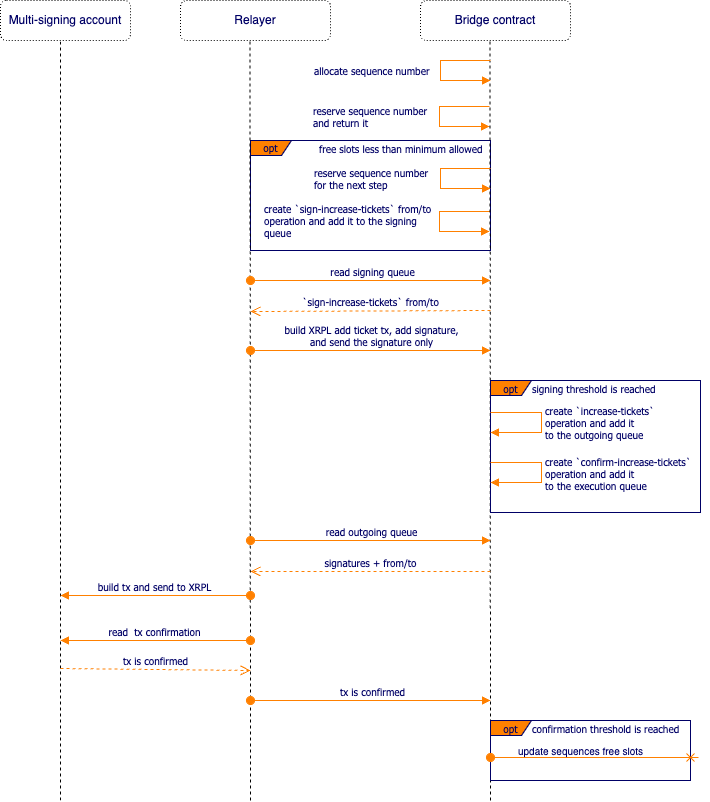
Before: spec/img/sequence-number-allocation.png, a diagram exported from draw.io (CoreumFoundation/coreumbridge-xrpl). Source tidied: cells renumbered, new cells last; positions are measured from the earlier drawing's top-left corner, leaving out a move shared by most shapes. Source of this version:
```xml
<mxGraphModel>
  <root>
    <mxCell id="0" />
    <mxCell id="1" parent="0" />
    <mxCell id="2" value="opt" style="shape=umlFrame;whiteSpace=wrap;html=1;strokeColor=#000066;fillColor=#FF8000;fontFamily=Tahoma;fontSize=10;fontColor=#000066;align=center;width=41;height=15;" parent="1" vertex="1">
      <mxGeometry x="250" y="140" width="240" height="110" as="geometry" />
    </mxCell>
    <mxCell id="3" value="Relayer" style="rounded=1;whiteSpace=wrap;html=1;fillColor=none;dashed=1;fontColor=#000066;dashPattern=1 2;" parent="1" vertex="1">
      <mxGeometry x="180" width="150" height="40" as="geometry" />
    </mxCell>
    <mxCell id="4" value="Bridge contract" style="rounded=1;whiteSpace=wrap;html=1;fillColor=none;dashed=1;fontColor=#000066;dashPattern=1 2;" parent="1" vertex="1">
      <mxGeometry x="420" width="150" height="40" as="geometry" />
    </mxCell>
    <mxCell id="5" value="&lt;div style=&quot;text-align: center&quot;&gt;&lt;br&gt;&lt;/div&gt;" style="text;html=1;align=center;verticalAlign=top;spacingTop=-4;fontSize=14;fontFamily=Tahoma;fontColor=#000066;" parent="1" vertex="1">
      <mxGeometry x="85" y="10" width="20" height="20" as="geometry" />
    </mxCell>
    <mxCell id="6" style="endArrow=none;dashed=1;html=1;rounded=0;" parent="1" edge="1">
      <mxGeometry relative="1" as="geometry">
        <mxPoint x="60" y="800" as="sourcePoint" />
        <mxPoint x="60" y="39" as="targetPoint" />
      </mxGeometry>
    </mxCell>
    <mxCell id="7" value="&lt;div style=&quot;text-align: center&quot;&gt;&lt;/div&gt;" style="text;html=1;align=center;verticalAlign=top;spacingTop=-4;fontSize=14;fontFamily=Tahoma;fontColor=#000066;" parent="1" vertex="1">
      <mxGeometry x="240" y="10" width="20" height="10" as="geometry" />
    </mxCell>
    <mxCell id="8" style="endArrow=none;dashed=1;html=1;rounded=0;" parent="1" edge="1">
      <mxGeometry relative="1" as="geometry">
        <mxPoint x="250" y="800" as="sourcePoint" />
        <mxPoint x="249.5" y="40" as="targetPoint" />
      </mxGeometry>
    </mxCell>
    <mxCell id="9" value="&lt;div style=&quot;text-align: center&quot;&gt;&lt;/div&gt;" style="text;html=1;align=center;verticalAlign=top;spacingTop=-4;fontSize=14;fontFamily=Tahoma;fontColor=#000066;" parent="1" vertex="1">
      <mxGeometry x="410" y="10" width="20" height="10" as="geometry" />
    </mxCell>
    <mxCell id="10" style="endArrow=none;dashed=1;html=1;rounded=0;" parent="1" edge="1">
      <mxGeometry relative="1" as="geometry">
        <mxPoint x="490" y="800" as="sourcePoint" />
        <mxPoint x="489.5" y="40" as="targetPoint" />
      </mxGeometry>
    </mxCell>
    <mxCell id="11" value="Multi-signing account" style="rounded=1;whiteSpace=wrap;html=1;fillColor=none;dashed=1;fontColor=#000066;dashPattern=1 2;" parent="1" vertex="1">
      <mxGeometry width="130" height="40" as="geometry" />
    </mxCell>
    <mxCell id="12" value="reserve sequence number &lt;br&gt;for the next step" style="edgeStyle=orthogonalEdgeStyle;html=1;align=left;spacingLeft=2;endArrow=block;rounded=0;strokeColor=#FF8000;fontFamily=Tahoma;fontSize=10;fontColor=#000066;endFill=1;" parent="1" edge="1">
      <mxGeometry y="-130" relative="1" as="geometry">
        <mxPoint x="490" y="168" as="sourcePoint" />
        <mxPoint x="490" y="188" as="targetPoint" />
        <Array as="points">
          <mxPoint x="440" y="168" />
          <mxPoint x="440" y="188" />
        </Array>
      </mxGeometry>
    </mxCell>
    <mxCell id="13" value="build XRPL add ticket tx, add signature, &lt;br&gt;and send the signature only" style="html=1;verticalAlign=bottom;startArrow=oval;startFill=1;endArrow=block;startSize=8;strokeColor=#FF8000;fontFamily=Tahoma;fontSize=10;fontColor=#000066;" parent="1" edge="1">
      <mxGeometry x="0.01" relative="1" as="geometry">
        <mxPoint x="250" y="350" as="sourcePoint" />
        <mxPoint x="490" y="350" as="targetPoint" />
      </mxGeometry>
    </mxCell>
    <mxCell id="14" value="opt" style="shape=umlFrame;whiteSpace=wrap;html=1;strokeColor=#000066;fillColor=#FF8000;fontFamily=Tahoma;fontSize=10;fontColor=#000066;align=center;width=41;height=15;" parent="1" vertex="1">
      <mxGeometry x="490" y="380" width="210" height="132" as="geometry" />
    </mxCell>
    <mxCell id="15" value="signing threshold is reached" style="text;html=1;align=left;verticalAlign=top;spacingTop=-4;fontSize=10;fontFamily=Tahoma;fontColor=#000066;" parent="1" vertex="1">
      <mxGeometry x="530" y="380" width="150" height="20" as="geometry" />
    </mxCell>
    <mxCell id="16" value="create `increase-tickets`&lt;br style=&quot;border-color: var(--border-color);&quot;&gt;operation and add it &lt;br&gt;to the outgoing queue" style="edgeStyle=orthogonalEdgeStyle;html=1;align=left;spacingLeft=2;endArrow=block;rounded=0;strokeColor=#FF8000;fontFamily=Tahoma;fontSize=10;fontColor=#000066;endFill=1;" parent="1" edge="1">
      <mxGeometry relative="1" as="geometry">
        <mxPoint x="490" y="412" as="sourcePoint" />
        <mxPoint x="490" y="432" as="targetPoint" />
        <Array as="points">
          <mxPoint x="541" y="412" />
          <mxPoint x="541" y="432" />
        </Array>
      </mxGeometry>
    </mxCell>
    <mxCell id="17" value="create `confirm-increase-tickets`&lt;br style=&quot;border-color: var(--border-color);&quot;&gt;operation and add it &lt;br&gt;to the execution queue" style="edgeStyle=orthogonalEdgeStyle;html=1;align=left;spacingLeft=2;endArrow=block;rounded=0;strokeColor=#FF8000;fontFamily=Tahoma;fontSize=10;fontColor=#000066;endFill=1;" parent="1" edge="1">
      <mxGeometry x="0.01" relative="1" as="geometry">
        <mxPoint x="490" y="462" as="sourcePoint" />
        <mxPoint x="490" y="482" as="targetPoint" />
        <Array as="points">
          <mxPoint x="541" y="462" />
          <mxPoint x="541" y="482" />
        </Array>
      </mxGeometry>
    </mxCell>
    <mxCell id="18" value="read&amp;nbsp;outgoing&amp;nbsp;queue" style="html=1;verticalAlign=bottom;startArrow=oval;startFill=1;endArrow=block;startSize=8;strokeColor=#FF8000;fontFamily=Tahoma;fontSize=10;fontColor=#000066;" parent="1" edge="1">
      <mxGeometry x="0.01" relative="1" as="geometry">
        <mxPoint x="250" y="540" as="sourcePoint" />
        <mxPoint x="490" y="540" as="targetPoint" />
      </mxGeometry>
    </mxCell>
    <mxCell id="19" value="signatures + from/to" style="html=1;verticalAlign=bottom;endArrow=open;dashed=1;endSize=8;strokeColor=#FF8000;fontFamily=Tahoma;fontSize=10;fontColor=#000066;" parent="1" edge="1">
      <mxGeometry relative="1" as="geometry">
        <mxPoint x="490" y="571" as="sourcePoint" />
        <mxPoint x="250" y="571" as="targetPoint" />
      </mxGeometry>
    </mxCell>
    <mxCell id="20" value="build tx and send to XRPL" style="html=1;verticalAlign=bottom;startArrow=oval;startFill=1;endArrow=block;startSize=8;strokeColor=#FF8000;fontFamily=Tahoma;fontSize=10;fontColor=#000066;" parent="1" edge="1">
      <mxGeometry x="0.01" relative="1" as="geometry">
        <mxPoint x="250" y="595" as="sourcePoint" />
        <mxPoint x="60" y="595" as="targetPoint" />
      </mxGeometry>
    </mxCell>
    <mxCell id="21" value="allocate sequence number" style="edgeStyle=orthogonalEdgeStyle;html=1;align=left;spacingLeft=2;endArrow=block;rounded=0;strokeColor=#FF8000;fontFamily=Tahoma;fontSize=10;fontColor=#000066;endFill=1;" parent="1" edge="1">
      <mxGeometry y="-130" relative="1" as="geometry">
        <mxPoint x="490" y="60" as="sourcePoint" />
        <mxPoint x="490" y="80" as="targetPoint" />
        <Array as="points">
          <mxPoint x="440" y="60" />
          <mxPoint x="440" y="80" />
        </Array>
      </mxGeometry>
    </mxCell>
    <mxCell id="22" value="free slots less than minimum allowed" style="text;html=1;align=left;verticalAlign=top;spacingTop=-4;fontSize=10;fontFamily=Tahoma;fontColor=#000066;" parent="1" vertex="1">
      <mxGeometry x="317" y="140" width="190" height="20" as="geometry" />
    </mxCell>
    <mxCell id="23" value="create `sign-increase-tickets`&amp;nbsp;from/to&lt;br style=&quot;border-color: var(--border-color);&quot;&gt;operation and add it to the signing &lt;br&gt;queue" style="edgeStyle=orthogonalEdgeStyle;html=1;align=left;spacingLeft=2;endArrow=block;rounded=0;strokeColor=#FF8000;fontFamily=Tahoma;fontSize=10;fontColor=#000066;endFill=1;" parent="1" edge="1">
      <mxGeometry x="-0.02" y="-179" relative="1" as="geometry">
        <mxPoint x="489" y="211" as="sourcePoint" />
        <mxPoint x="489" y="231" as="targetPoint" />
        <Array as="points">
          <mxPoint x="439" y="211" />
          <mxPoint x="439" y="231" />
        </Array>
      </mxGeometry>
    </mxCell>
    <mxCell id="24" value="reserve sequence number &lt;br&gt;and return it" style="edgeStyle=orthogonalEdgeStyle;html=1;align=left;spacingLeft=2;endArrow=block;rounded=0;strokeColor=#FF8000;fontFamily=Tahoma;fontSize=10;fontColor=#000066;endFill=1;" parent="1" edge="1">
      <mxGeometry y="-130" relative="1" as="geometry">
        <mxPoint x="489" y="106" as="sourcePoint" />
        <mxPoint x="489" y="126" as="targetPoint" />
        <Array as="points">
          <mxPoint x="439" y="106" />
          <mxPoint x="439" y="126" />
        </Array>
      </mxGeometry>
    </mxCell>
    <mxCell id="25" value="read signing queue" style="html=1;verticalAlign=bottom;startArrow=oval;startFill=1;endArrow=block;startSize=8;strokeColor=#FF8000;fontFamily=Tahoma;fontSize=10;fontColor=#000066;" parent="1" edge="1">
      <mxGeometry x="0.01" relative="1" as="geometry">
        <mxPoint x="250" y="280" as="sourcePoint" />
        <mxPoint x="490" y="280" as="targetPoint" />
      </mxGeometry>
    </mxCell>
    <mxCell id="26" value="`sign-increase-tickets` from/to" style="html=1;verticalAlign=bottom;endArrow=open;dashed=1;endSize=8;strokeColor=#FF8000;fontFamily=Tahoma;fontSize=10;fontColor=#000066;" parent="1" edge="1">
      <mxGeometry relative="1" as="geometry">
        <mxPoint x="490" y="310" as="sourcePoint" />
        <mxPoint x="250" y="311" as="targetPoint" />
      </mxGeometry>
    </mxCell>
    <mxCell id="27" value="read&amp;nbsp; tx confirmation" style="html=1;verticalAlign=bottom;startArrow=oval;startFill=1;endArrow=block;startSize=8;strokeColor=#FF8000;fontFamily=Tahoma;fontSize=10;fontColor=#000066;" parent="1" edge="1">
      <mxGeometry x="0.01" relative="1" as="geometry">
        <mxPoint x="250" y="640" as="sourcePoint" />
        <mxPoint x="60" y="640" as="targetPoint" />
      </mxGeometry>
    </mxCell>
    <mxCell id="28" value="tx is confirmed" style="html=1;verticalAlign=bottom;endArrow=open;dashed=1;endSize=8;strokeColor=#FF8000;fontFamily=Tahoma;fontSize=10;fontColor=#000066;" parent="1" edge="1">
      <mxGeometry relative="1" as="geometry">
        <mxPoint x="60" y="668" as="sourcePoint" />
        <mxPoint x="250" y="670" as="targetPoint" />
      </mxGeometry>
    </mxCell>
    <mxCell id="29" value="opt" style="shape=umlFrame;whiteSpace=wrap;html=1;strokeColor=#000066;fillColor=#FF8000;fontFamily=Tahoma;fontSize=10;fontColor=#000066;align=center;width=41;height=15;" parent="1" vertex="1">
      <mxGeometry x="490" y="720" width="200" height="60" as="geometry" />
    </mxCell>
    <mxCell id="30" value="confirmation threshold is reached" style="text;html=1;align=left;verticalAlign=top;spacingTop=-4;fontSize=10;fontFamily=Tahoma;fontColor=#000066;" parent="1" vertex="1">
      <mxGeometry x="530" y="720" width="170" height="20" as="geometry" />
    </mxCell>
    <mxCell id="31" style="html=1;verticalAlign=bottom;startArrow=oval;startFill=1;endArrow=cross;startSize=8;strokeColor=#FF8000;fontFamily=Tahoma;fontSize=10;fontColor=#000066;exitX=-0.005;exitY=0.726;exitDx=0;exitDy=0;exitPerimeter=0;endFill=0;" parent="1" edge="1">
      <mxGeometry x="0.01" relative="1" as="geometry">
        <mxPoint x="490" y="757" as="sourcePoint" />
        <mxPoint x="698" y="757" as="targetPoint" />
      </mxGeometry>
    </mxCell>
    <mxCell id="32" value="&lt;div style=&quot;text-align: center; font-size: 10px;&quot;&gt;update sequences free slots&lt;/div&gt;" style="edgeLabel;html=1;align=center;verticalAlign=middle;fontSize=10;fontColor=#000066;" parent="31" vertex="1">
      <mxGeometry x="-0.22" y="1" relative="1" as="geometry">
        <mxPoint x="8" y="-6" as="offset" />
      </mxGeometry>
    </mxCell>
    <mxCell id="33" value="tx is confirmed" style="html=1;verticalAlign=bottom;startArrow=oval;startFill=1;endArrow=block;startSize=8;strokeColor=#FF8000;fontFamily=Tahoma;fontSize=10;fontColor=#000066;" parent="1" edge="1">
      <mxGeometry x="0.01" relative="1" as="geometry">
        <mxPoint x="250" y="700" as="sourcePoint" />
        <mxPoint x="490" y="700" as="targetPoint" />
      </mxGeometry>
    </mxCell>
  </root>
</mxGraphModel>
```
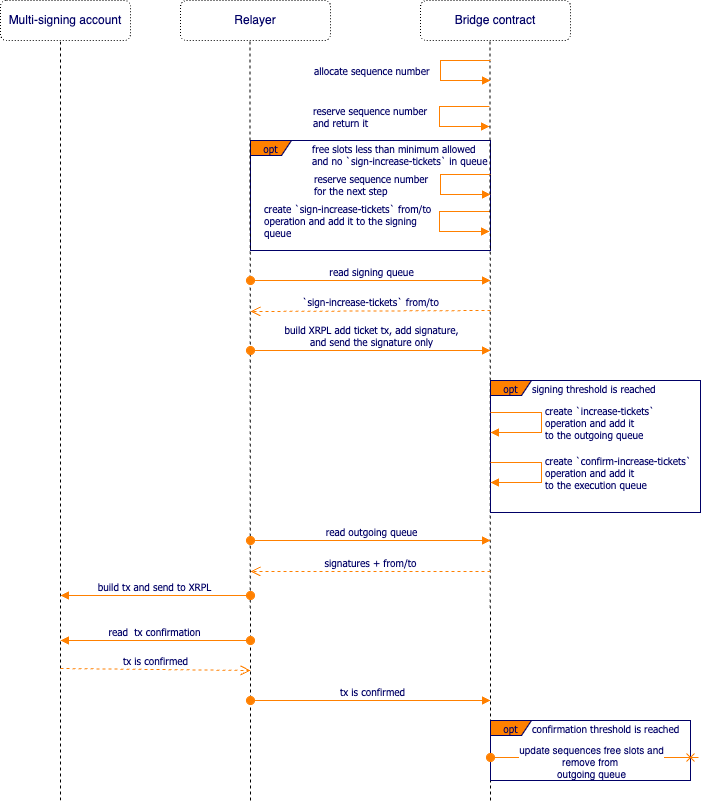
The same file after the commit.

Diff of the diagram source:
```diff
@@ -43,11 +43,11 @@
     </mxCell>
     <mxCell id="12" value="reserve sequence number &lt;br&gt;for the next step" style="edgeStyle=orthogonalEdgeStyle;html=1;align=left;spacingLeft=2;endArrow=block;rounded=0;strokeColor=#FF8000;fontFamily=Tahoma;fontSize=10;fontColor=#000066;endFill=1;" parent="1" edge="1">
       <mxGeometry y="-130" relative="1" as="geometry">
-        <mxPoint x="490" y="168" as="sourcePoint" />
-        <mxPoint x="490" y="188" as="targetPoint" />
+        <mxPoint x="490" y="174" as="sourcePoint" />
+        <mxPoint x="490" y="194" as="targetPoint" />
         <Array as="points">
-          <mxPoint x="440" y="168" />
-          <mxPoint x="440" y="188" />
+          <mxPoint x="440" y="174" />
+          <mxPoint x="440" y="194" />
         </Array>
       </mxGeometry>
     </mxCell>
@@ -111,8 +111,8 @@
         </Array>
       </mxGeometry>
     </mxCell>
-    <mxCell id="22" value="free slots less than minimum allowed" style="text;html=1;align=left;verticalAlign=top;spacingTop=-4;fontSize=10;fontFamily=Tahoma;fontColor=#000066;" parent="1" vertex="1">
-      <mxGeometry x="317" y="140" width="190" height="20" as="geometry" />
+    <mxCell id="22" value="free slots less than minimum allowed&lt;br&gt;and no `sign-increase-tickets` in queue" style="text;html=1;align=left;verticalAlign=top;spacingTop=-4;fontSize=10;fontFamily=Tahoma;fontColor=#000066;" parent="1" vertex="1">
+      <mxGeometry x="310" y="140" width="200" height="30" as="geometry" />
     </mxCell>
     <mxCell id="23" value="create `sign-increase-tickets`&amp;nbsp;from/to&lt;br style=&quot;border-color: var(--border-color);&quot;&gt;operation and add it to the signing &lt;br&gt;queue" style="edgeStyle=orthogonalEdgeStyle;html=1;align=left;spacingLeft=2;endArrow=block;rounded=0;strokeColor=#FF8000;fontFamily=Tahoma;fontSize=10;fontColor=#000066;endFill=1;" parent="1" edge="1">
       <mxGeometry x="-0.02" y="-179" relative="1" as="geometry">
@@ -170,9 +170,9 @@
         <mxPoint x="698" y="757" as="targetPoint" />
       </mxGeometry>
     </mxCell>
-    <mxCell id="32" value="&lt;div style=&quot;text-align: center; font-size: 10px;&quot;&gt;update sequences free slots&lt;/div&gt;" style="edgeLabel;html=1;align=center;verticalAlign=middle;fontSize=10;fontColor=#000066;" parent="31" vertex="1">
+    <mxCell id="32" value="&lt;div style=&quot;text-align: center; font-size: 10px;&quot;&gt;update sequences free slots and &lt;br&gt;remove from&amp;nbsp;&lt;/div&gt;outgoing queue" style="edgeLabel;html=1;align=center;verticalAlign=middle;fontSize=10;fontColor=#000066;" parent="31" vertex="1">
       <mxGeometry x="-0.22" y="1" relative="1" as="geometry">
-        <mxPoint x="8" y="-6" as="offset" />
+        <mxPoint x="19" y="4" as="offset" />
       </mxGeometry>
     </mxCell>
     <mxCell id="33" value="tx is confirmed" style="html=1;verticalAlign=bottom;startArrow=oval;startFill=1;endArrow=block;startSize=8;strokeColor=#FF8000;fontFamily=Tahoma;fontSize=10;fontColor=#000066;" parent="1" edge="1">
```
